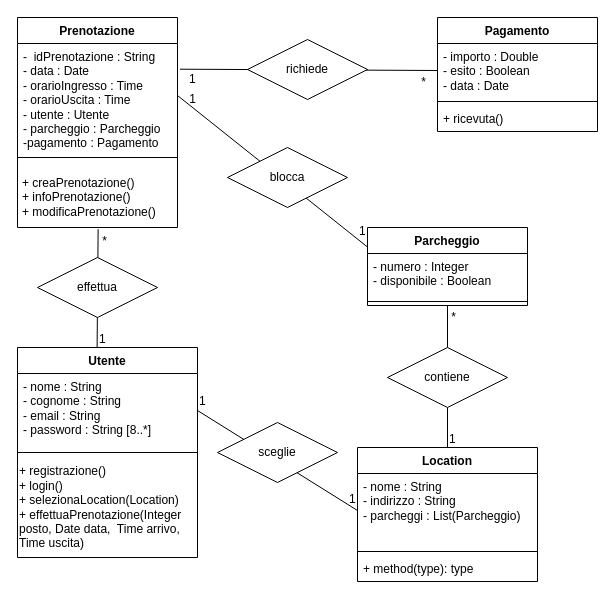
This is Gruppo73/DiagrammaDelleClassi.drawio from Fabio987654/ProgettoIngSW, a draw.io file, before an edit. Source tidied: cells renumbered, new cells numbered last; positions are measured from the earlier drawing's top-left corner, leaving out a move shared by most shapes. Both pictures are drawn from the tidied source at 100%, with x=0, y=0 at pixel (17, 17).
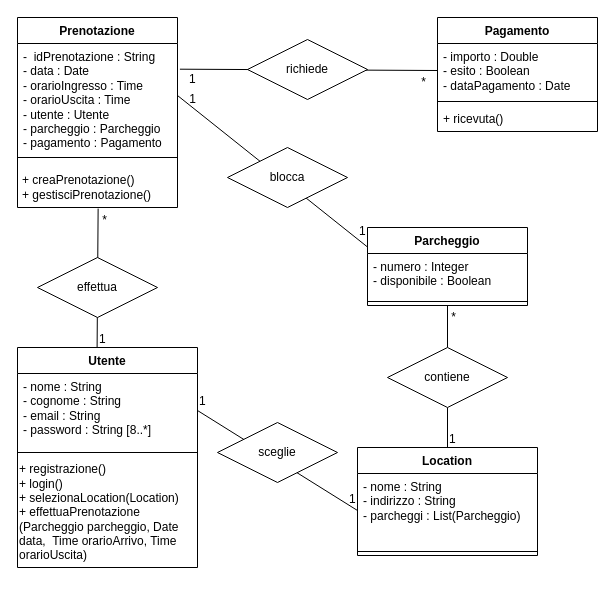
Above is the later version.

Commit message (it also covers changes not shown here):
aggiunto diagramma delle classi

Unchanged cells that the change refers to:
```xml
<mxCell id="9" value="Pagamento" style="swimlane;fontStyle=1;align=center;verticalAlign=top;horizontal=1;startSize=26;whiteSpace=wrap;html=1;" parent="1" vertex="1">
  <mxGeometry x="420" width="160" height="114" as="geometry" />
</mxCell>
```

What changed in the source:
```diff
@@
     <mxCell id="2" value="&lt;div&gt;Prenotazione&lt;/div&gt;" style="swimlane;fontStyle=1;align=center;verticalAlign=top;horizontal=1;startSize=26;whiteSpace=wrap;html=1;" parent="1" vertex="1">
-      <mxGeometry width="160" height="210" as="geometry" />
+      <mxGeometry width="160" height="190" as="geometry" />
     </mxCell>
-    <mxCell id="3" value="-&amp;nbsp; idPrenotazione : String&lt;div&gt;- data : Date&lt;/div&gt;&lt;div&gt;- orarioIngresso : Time&lt;/div&gt;&lt;div&gt;- orarioUscita : Time&lt;/div&gt;&lt;div&gt;- utente : Utente&lt;/div&gt;&lt;div&gt;- parcheggio : Parcheggio&lt;/div&gt;&lt;div&gt;-pagamento : Pagamento&lt;/div&gt;" style="text;strokeColor=none;fillColor=none;align=left;verticalAlign=top;spacingLeft=4;spacingRight=4;overflow=hidden;points=[[0,0.5],[1,0.5]];portConstraint=eastwest;whiteSpace=wrap;html=1;" parent="2" vertex="1">
+    <mxCell id="3" value="-&amp;nbsp; idPrenotazione : String&lt;div&gt;- data : Date&lt;/div&gt;&lt;div&gt;- orarioIngresso : Time&lt;/div&gt;&lt;div&gt;- orarioUscita : Time&lt;/div&gt;&lt;div&gt;- utente : Utente&lt;/div&gt;&lt;div&gt;- parcheggio : Parcheggio&lt;/div&gt;&lt;div&gt;- pagamento : Pagamento&lt;/div&gt;" style="text;strokeColor=none;fillColor=none;align=left;verticalAlign=top;spacingLeft=4;spacingRight=4;overflow=hidden;points=[[0,0.5],[1,0.5]];portConstraint=eastwest;whiteSpace=wrap;html=1;" parent="2" vertex="1">
       <mxGeometry y="26" width="160" height="104" as="geometry" />
     </mxCell>
@@
-    <mxCell id="5" value="&lt;span style=&quot;font-weight: normal;&quot;&gt;+ creaPrenotazione()&lt;/span&gt;&lt;div&gt;&lt;span style=&quot;font-weight: 400;&quot;&gt;+ infoPrenotazione()&lt;/span&gt;&lt;/div&gt;&lt;div&gt;&lt;span style=&quot;font-weight: 400;&quot;&gt;+ modificaPrenotazione()&lt;/span&gt;&lt;/div&gt;" style="text;align=left;fontStyle=1;verticalAlign=middle;spacingLeft=3;spacingRight=3;strokeColor=none;points=[[0,0.5],[1,0.5]];portConstraint=eastwest;html=1;" parent="2" vertex="1">
-      <mxGeometry y="150" width="160" height="60" as="geometry" />
+    <mxCell id="5" value="&lt;div&gt;&lt;span style=&quot;font-weight: 400;&quot;&gt;+ creaPrenotazione()&lt;/span&gt;&lt;/div&gt;&lt;div&gt;&lt;span style=&quot;font-weight: 400;&quot;&gt;+ gestisciPrenotazione()&lt;/span&gt;&lt;/div&gt;" style="text;align=left;fontStyle=1;verticalAlign=middle;spacingLeft=3;spacingRight=3;strokeColor=none;points=[[0,0.5],[1,0.5]];portConstraint=eastwest;html=1;" parent="2" vertex="1">
+      <mxGeometry y="150" width="160" height="40" as="geometry" />
     </mxCell>
@@
-    <mxCell id="10" value="- importo : Double&lt;div&gt;- esito : Boolean&lt;/div&gt;&lt;div&gt;- data : Date&lt;/div&gt;" style="text;strokeColor=none;fillColor=none;align=left;verticalAlign=top;spacingLeft=4;spacingRight=4;overflow=hidden;points=[[0,0.5],[1,0.5]];portConstraint=eastwest;whiteSpace=wrap;html=1;" parent="9" vertex="1">
+    <mxCell id="10" value="- importo : Double&lt;div&gt;- esito : Boolean&lt;/div&gt;&lt;div&gt;- dataPagamento : Date&lt;/div&gt;" style="text;strokeColor=none;fillColor=none;align=left;verticalAlign=top;spacingLeft=4;spacingRight=4;overflow=hidden;points=[[0,0.5],[1,0.5]];portConstraint=eastwest;whiteSpace=wrap;html=1;" parent="9" vertex="1">
       <mxGeometry y="26" width="160" height="54" as="geometry" />
     </mxCell>
@@
-    <mxCell id="12" value="+ ricevuta()&lt;div&gt;&lt;br&gt;&lt;/div&gt;" style="text;strokeColor=none;fillColor=none;align=left;verticalAlign=top;spacingLeft=4;spacingRight=4;overflow=hidden;whiteSpace=wrap;html=1;" parent="9" vertex="1">
+    <mxCell id="12" value="+ ricevuta()&amp;nbsp;" style="text;strokeColor=none;fillColor=none;align=left;verticalAlign=top;spacingLeft=4;spacingRight=4;overflow=hidden;whiteSpace=wrap;html=1;" parent="9" vertex="1">
       <mxGeometry y="88" width="160" height="26" as="geometry" />
     </mxCell>
     <mxCell id="13" value="Location" style="swimlane;fontStyle=1;align=center;verticalAlign=top;horizontal=1;startSize=26;whiteSpace=wrap;html=1;" parent="1" vertex="1">
-      <mxGeometry x="340" y="430" width="180" height="134" as="geometry" />
+      <mxGeometry x="340" y="430" width="180" height="108" as="geometry" />
     </mxCell>
@@
-    <mxCell id="16" value="+ method(type): type" style="text;strokeColor=none;fillColor=none;align=left;verticalAlign=top;spacingLeft=4;spacingRight=4;overflow=hidden;whiteSpace=wrap;html=1;" parent="13" vertex="1">
-      <mxGeometry y="108" width="180" height="26" as="geometry" />
-    </mxCell>
     <mxCell id="17" value="Utente" style="swimlane;fontStyle=1;align=center;verticalAlign=top;horizontal=1;startSize=26;whiteSpace=wrap;html=1;" parent="1" vertex="1">
-      <mxGeometry y="330" width="180" height="210" as="geometry" />
+      <mxGeometry y="330" width="180" height="220" as="geometry" />
     </mxCell>
@@
-    <mxCell id="20" value="+ registrazione()&lt;div&gt;+ login()&lt;/div&gt;&lt;div&gt;+ selezionaLocation(Location)&lt;/div&gt;&lt;div&gt;+ effettuaPrenotazione(Integer posto, Date data,&amp;nbsp; Time arrivo, Time uscita)&lt;/div&gt;" style="text;html=1;whiteSpace=wrap;strokeColor=none;fillColor=none;align=left;verticalAlign=middle;rounded=0;" parent="17" vertex="1">
-      <mxGeometry y="110" width="180" height="100" as="geometry" />
+    <mxCell id="20" value="+ registrazione()&lt;div&gt;+ login()&lt;/div&gt;&lt;div&gt;+ selezionaLocation(Location)&lt;/div&gt;&lt;div&gt;+ effettuaPrenotazione (Parcheggio parcheggio, Date data,&amp;nbsp; Time orarioArrivo, Time orarioUscita)&lt;/div&gt;" style="text;html=1;whiteSpace=wrap;strokeColor=none;fillColor=none;align=left;verticalAlign=middle;rounded=0;" parent="17" vertex="1">
+      <mxGeometry y="110" width="180" height="110" as="geometry" />
     </mxCell>
```
